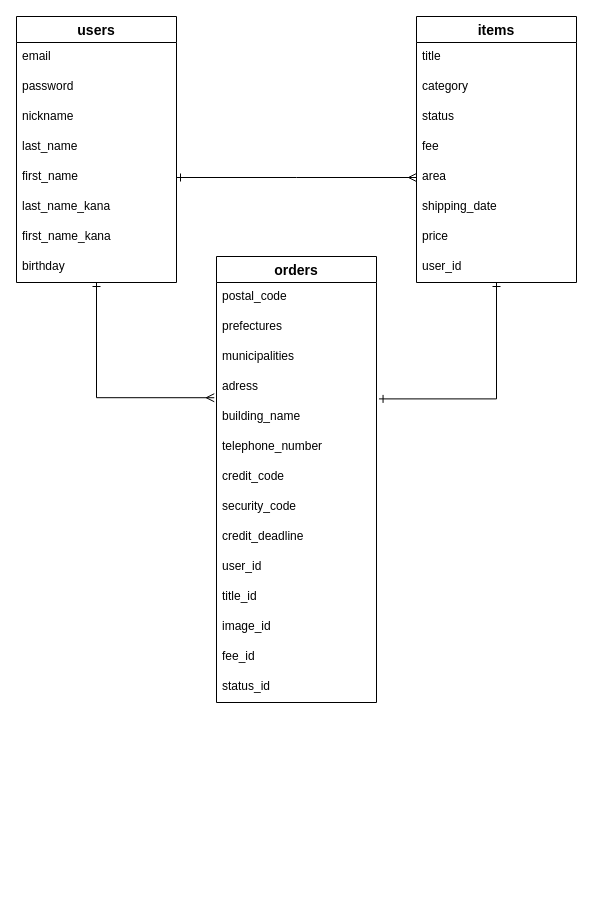
Before: ER.dio in soetakara/furima-36189, a draw.io diagram. Source tidied: cells renumbered, new cells numbered last; positions are measured from the earlier drawing's top-left corner, leaving out a move shared by most shapes. Both pictures are drawn from the tidied source at 100%, with x=0, y=0 at pixel (16, 16).
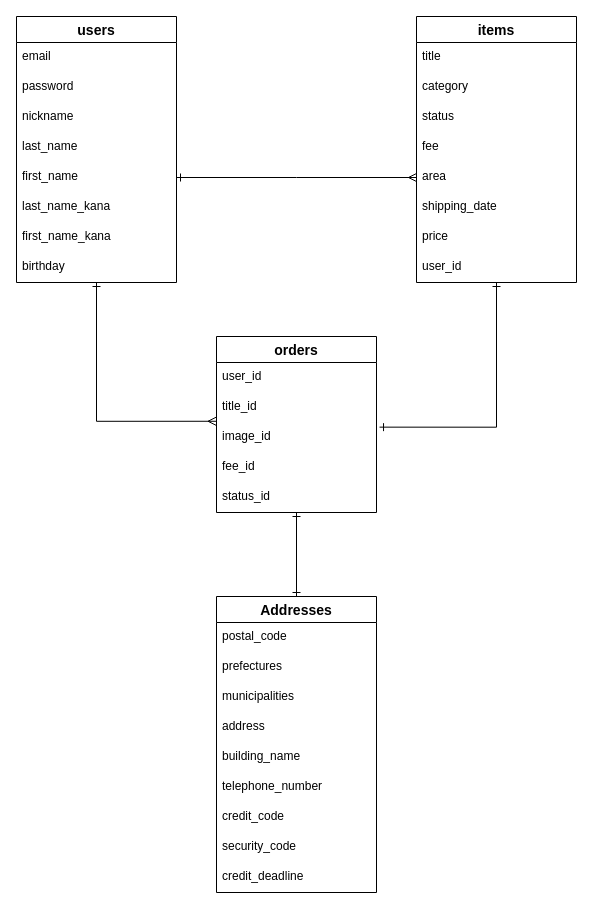
After the change.

Commit message (it also covers changes not shown here):
データベースの数を4つに変更

The change refers to these unchanged cells:
```xml
<mxCell id="3" value="users" style="swimlane;fontStyle=1;horizontal=1;startSize=26;align=center;fontSize=14;" parent="1" vertex="1">
  <mxGeometry width="160" height="266" as="geometry" />
</mxCell>
<mxCell id="13" value="items" style="swimlane;fontStyle=1;horizontal=1;startSize=26;align=center;fontSize=14;" parent="1" vertex="1">
  <mxGeometry x="400" width="160" height="266" as="geometry" />
</mxCell>
```

Change to the diagram source:
```diff
@@
-    <mxCell id="2" style="edgeStyle=orthogonalEdgeStyle;rounded=0;jettySize=auto;html=1;entryX=-0.014;entryY=-0.159;entryDx=0;entryDy=0;entryPerimeter=0;endArrow=ERmany;endFill=0;startArrow=ERone;startFill=0;" parent="1" edge="1" source="3" target="27">
+    <mxCell id="2" style="edgeStyle=orthogonalEdgeStyle;rounded=0;jettySize=auto;html=1;entryX=-0.003;entryY=-0.041;entryDx=0;entryDy=0;entryPerimeter=0;endArrow=ERmany;endFill=0;startArrow=ERone;startFill=0;" parent="1" edge="1" source="3" target="34">
       <mxGeometry relative="1" as="geometry" />
     </mxCell>
@@
-    <mxCell id="12" style="edgeStyle=orthogonalEdgeStyle;rounded=0;jettySize=auto;html=1;entryX=1.016;entryY=-0.12;entryDx=0;entryDy=0;entryPerimeter=0;endArrow=ERone;endFill=0;startArrow=ERone;startFill=0;" parent="1" edge="1" source="13" target="27">
+    <mxCell id="12" style="edgeStyle=orthogonalEdgeStyle;rounded=0;jettySize=auto;html=1;entryX=1.019;entryY=0.155;entryDx=0;entryDy=0;entryPerimeter=0;endArrow=ERone;endFill=0;startArrow=ERone;startFill=0;" parent="1" edge="1" source="13" target="34">
       <mxGeometry relative="1" as="geometry" />
     </mxCell>
@@
+    <mxCell id="38" style="edgeStyle=orthogonalEdgeStyle;rounded=0;jettySize=auto;html=1;entryX=0.5;entryY=0;entryDx=0;entryDy=0;startArrow=ERone;startFill=0;endArrow=ERone;endFill=0;" parent="1" edge="1" source="22" target="39">
+      <mxGeometry relative="1" as="geometry" />
+    </mxCell>
     <mxCell id="22" value="orders" style="swimlane;fontStyle=1;horizontal=1;startSize=26;align=center;fontSize=14;" parent="1" vertex="1">
-      <mxGeometry x="200" y="240" width="160" height="446" as="geometry" />
+      <mxGeometry x="200" y="320" width="160" height="176" as="geometry" />
     </mxCell>
-    <mxCell id="23" value="postal_code" style="text;strokeColor=none;fillColor=none;spacingLeft=4;spacingRight=4;overflow=hidden;fontSize=12;" parent="22" vertex="1">
-      <mxGeometry y="26" width="160" height="30" as="geometry" />
-    </mxCell>
-    <mxCell id="24" value="prefectures" style="text;strokeColor=none;fillColor=none;spacingLeft=4;spacingRight=4;overflow=hidden;fontSize=12;" parent="22" vertex="1">
-      <mxGeometry y="56" width="160" height="30" as="geometry" />
-    </mxCell>
-    <mxCell id="25" value="municipalities" style="text;strokeColor=none;fillColor=none;spacingLeft=4;spacingRight=4;overflow=hidden;fontSize=12;" parent="22" vertex="1">
-      <mxGeometry y="86" width="160" height="30" as="geometry" />
-    </mxCell>
-    <mxCell id="26" value="adress" style="text;strokeColor=none;fillColor=none;spacingLeft=4;spacingRight=4;overflow=hidden;fontSize=12;" parent="22" vertex="1">
-      <mxGeometry y="116" width="160" height="30" as="geometry" />
-    </mxCell>
-    <mxCell id="27" value="building_name" style="text;strokeColor=none;fillColor=none;spacingLeft=4;spacingRight=4;overflow=hidden;points=[[0,0.5],[1,0.5]];portConstraint=eastwest;fontSize=12;" parent="22" vertex="1">
-      <mxGeometry y="146" width="160" height="30" as="geometry" />
-    </mxCell>
-    <mxCell id="28" value="telephone_number" style="text;strokeColor=none;fillColor=none;spacingLeft=4;spacingRight=4;overflow=hidden;fontSize=12;" parent="22" vertex="1">
-      <mxGeometry y="176" width="160" height="30" as="geometry" />
-    </mxCell>
-    <mxCell id="29" value="credit_code" style="text;strokeColor=none;fillColor=none;spacingLeft=4;spacingRight=4;overflow=hidden;fontSize=12;" parent="22" vertex="1">
-      <mxGeometry y="206" width="160" height="30" as="geometry" />
-    </mxCell>
-    <mxCell id="30" value="security_code" style="text;strokeColor=none;fillColor=none;spacingLeft=4;spacingRight=4;overflow=hidden;fontSize=12;" parent="22" vertex="1">
-      <mxGeometry y="236" width="160" height="30" as="geometry" />
-    </mxCell>
-    <mxCell id="31" value="credit_deadline" style="text;strokeColor=none;fillColor=none;spacingLeft=4;spacingRight=4;overflow=hidden;fontSize=12;" parent="22" vertex="1">
-      <mxGeometry y="266" width="160" height="30" as="geometry" />
-    </mxCell>
     <mxCell id="32" value="user_id" style="text;strokeColor=none;fillColor=none;spacingLeft=4;spacingRight=4;overflow=hidden;fontSize=12;" parent="22" vertex="1">
-      <mxGeometry y="296" width="160" height="30" as="geometry" />
+      <mxGeometry y="26" width="160" height="30" as="geometry" />
     </mxCell>
     <mxCell id="33" value="title_id" style="text;strokeColor=none;fillColor=none;spacingLeft=4;spacingRight=4;overflow=hidden;fontSize=12;" parent="22" vertex="1">
-      <mxGeometry y="326" width="160" height="30" as="geometry" />
+      <mxGeometry y="56" width="160" height="30" as="geometry" />
     </mxCell>
     <mxCell id="34" value="image_id" style="text;strokeColor=none;fillColor=none;spacingLeft=4;spacingRight=4;overflow=hidden;points=[[0,0.5],[1,0.5]];portConstraint=eastwest;fontSize=12;" parent="22" vertex="1">
-      <mxGeometry y="356" width="160" height="30" as="geometry" />
+      <mxGeometry y="86" width="160" height="30" as="geometry" />
     </mxCell>
     <mxCell id="35" value="fee_id" style="text;strokeColor=none;fillColor=none;spacingLeft=4;spacingRight=4;overflow=hidden;fontSize=12;" parent="22" vertex="1">
-      <mxGeometry y="386" width="160" height="30" as="geometry" />
+      <mxGeometry y="116" width="160" height="30" as="geometry" />
     </mxCell>
     <mxCell id="36" value="status_id" style="text;strokeColor=none;fillColor=none;spacingLeft=4;spacingRight=4;overflow=hidden;fontSize=12;" parent="22" vertex="1">
-      <mxGeometry y="416" width="160" height="30" as="geometry" />
+      <mxGeometry y="146" width="160" height="30" as="geometry" />
     </mxCell>
@@
+    <mxCell id="39" value="Addresses" style="swimlane;fontStyle=1;horizontal=1;startSize=26;align=center;fontSize=14;" parent="1" vertex="1">
+      <mxGeometry x="200" y="580" width="160" height="296" as="geometry" />
+    </mxCell>
+    <mxCell id="23" value="postal_code" style="text;strokeColor=none;fillColor=none;spacingLeft=4;spacingRight=4;overflow=hidden;fontSize=12;" parent="39" vertex="1">
+      <mxGeometry y="26" width="160" height="30" as="geometry" />
+    </mxCell>
+    <mxCell id="24" value="prefectures" style="text;strokeColor=none;fillColor=none;spacingLeft=4;spacingRight=4;overflow=hidden;fontSize=12;" parent="39" vertex="1">
+      <mxGeometry y="56" width="160" height="30" as="geometry" />
+    </mxCell>
+    <mxCell id="25" value="municipalities" style="text;strokeColor=none;fillColor=none;spacingLeft=4;spacingRight=4;overflow=hidden;fontSize=12;" parent="39" vertex="1">
+      <mxGeometry y="86" width="160" height="30" as="geometry" />
+    </mxCell>
+    <mxCell id="40" value="address" style="text;strokeColor=none;fillColor=none;spacingLeft=4;spacingRight=4;overflow=hidden;fontSize=12;" parent="39" vertex="1">
+      <mxGeometry y="116" width="160" height="30" as="geometry" />
+    </mxCell>
+    <mxCell id="27" value="building_name" style="text;strokeColor=none;fillColor=none;spacingLeft=4;spacingRight=4;overflow=hidden;points=[[0,0.5],[1,0.5]];portConstraint=eastwest;fontSize=12;" parent="39" vertex="1">
+      <mxGeometry y="146" width="160" height="30" as="geometry" />
+    </mxCell>
+    <mxCell id="28" value="telephone_number" style="text;strokeColor=none;fillColor=none;spacingLeft=4;spacingRight=4;overflow=hidden;fontSize=12;" parent="39" vertex="1">
+      <mxGeometry y="176" width="160" height="30" as="geometry" />
+    </mxCell>
+    <mxCell id="29" value="credit_code" style="text;strokeColor=none;fillColor=none;spacingLeft=4;spacingRight=4;overflow=hidden;fontSize=12;" parent="39" vertex="1">
+      <mxGeometry y="206" width="160" height="30" as="geometry" />
+    </mxCell>
+    <mxCell id="30" value="security_code" style="text;strokeColor=none;fillColor=none;spacingLeft=4;spacingRight=4;overflow=hidden;fontSize=12;" parent="39" vertex="1">
+      <mxGeometry y="236" width="160" height="30" as="geometry" />
+    </mxCell>
+    <mxCell id="31" value="credit_deadline" style="text;strokeColor=none;fillColor=none;spacingLeft=4;spacingRight=4;overflow=hidden;fontSize=12;" parent="39" vertex="1">
+      <mxGeometry y="266" width="160" height="30" as="geometry" />
+    </mxCell>
```
